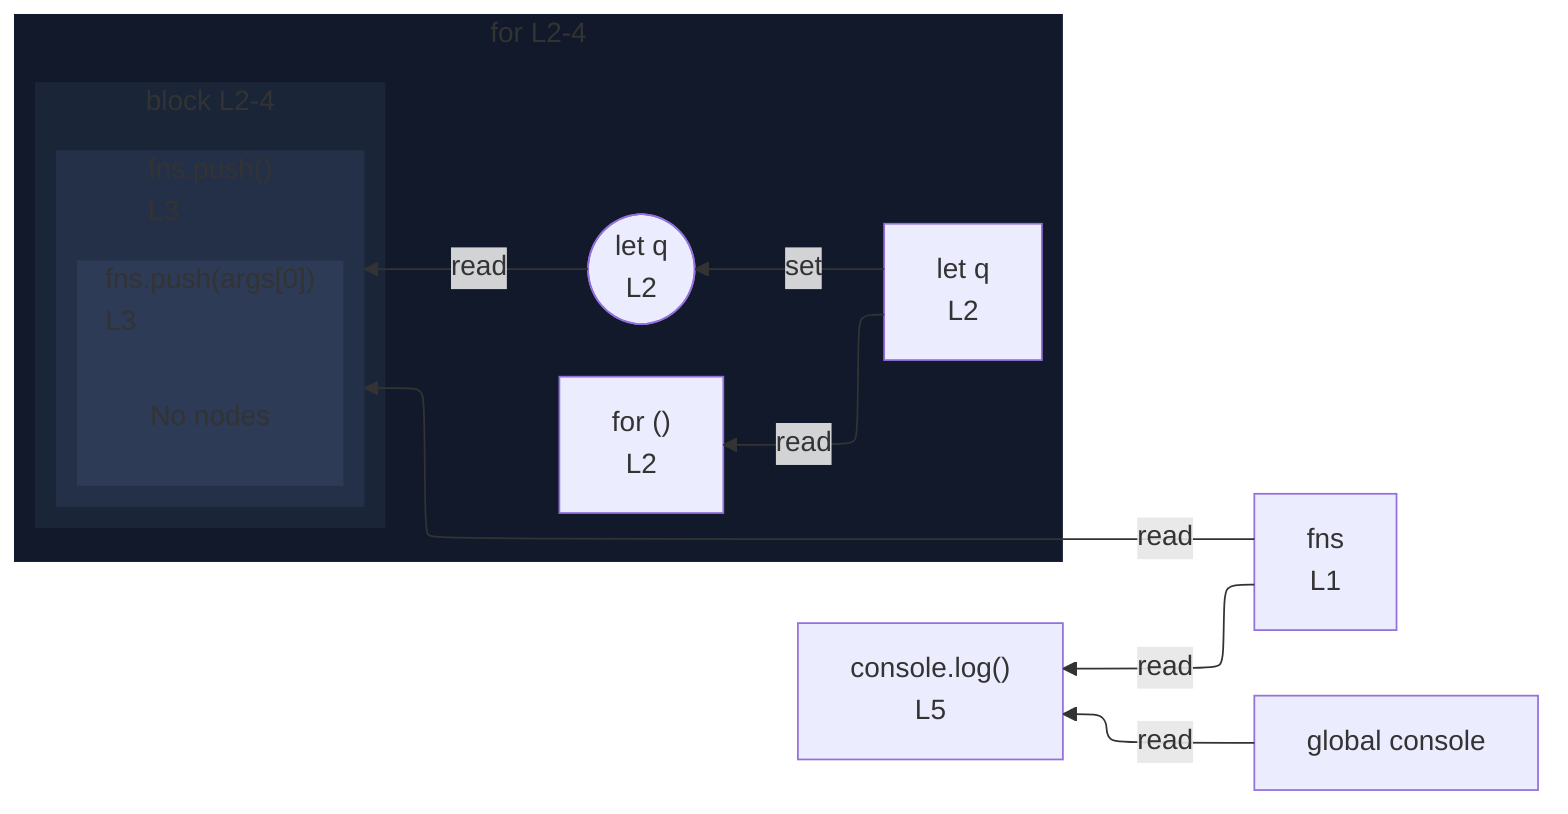
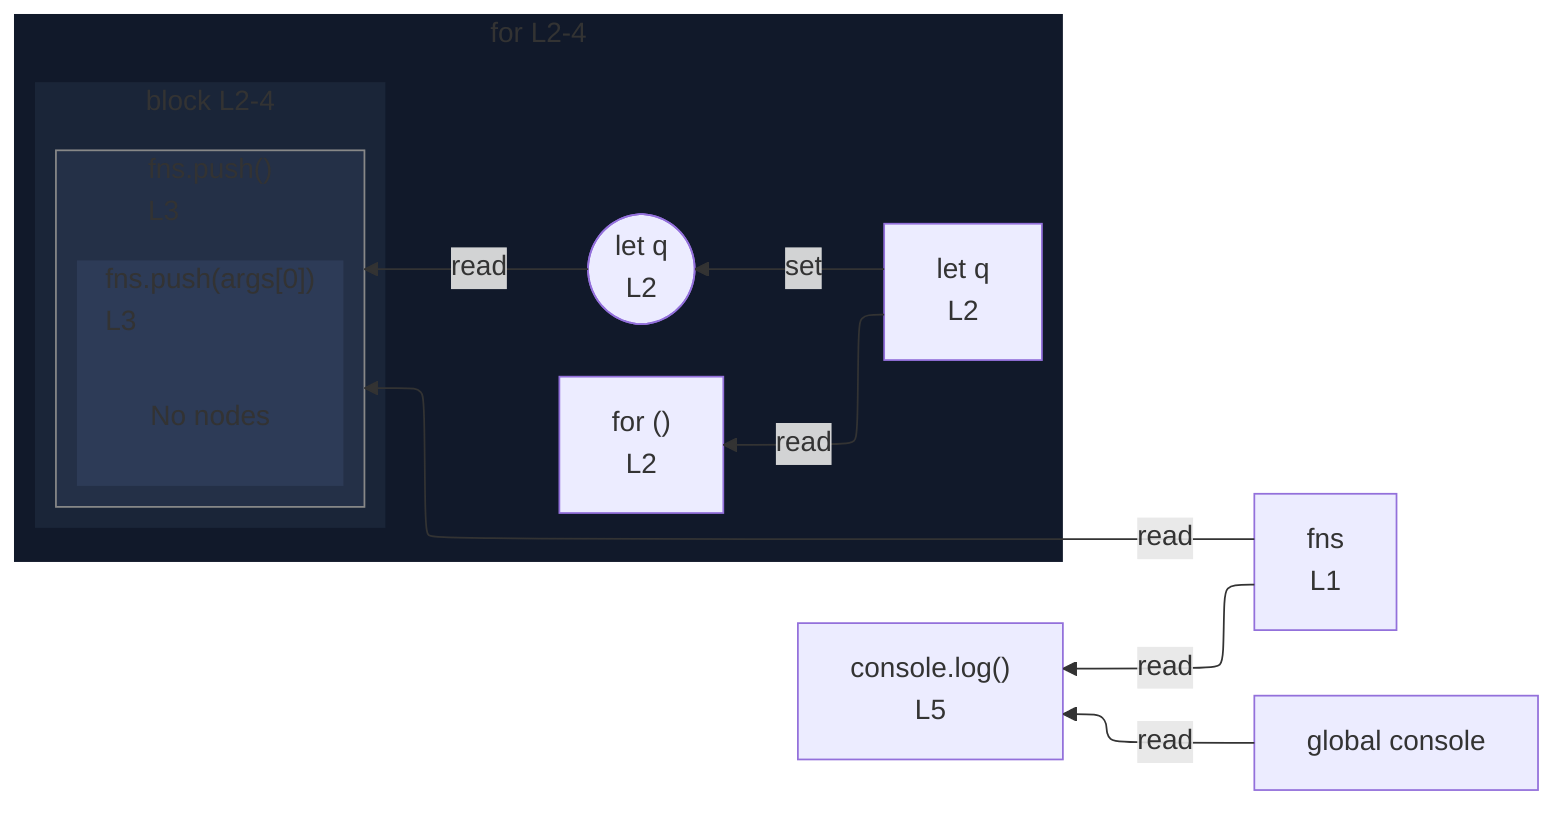
%%{init: {"flowchart": {"defaultRenderer": "elk"}}}%%
flowchart RL
  n_scope_0_fns_6["fns<br/>L1"]
  n_scope_0_console_87["global console"]
  subgraph s_scope_1["for L2-4"]
    direction RL
    for_test_scope_0_34["for ()<br/>L2"]
    n_scope_1_q_43["let q<br/>L2"]
    wr_ref_3(["let q<br/>L2"])
    subgraph s_scope_2["block L2-4"]
      direction RL
      subgraph expr_stmt_66["fns.push()<br/>L3"]
        direction RL
        subgraph s_scope_3["fns.push(args[0])<br/>L3"]
          direction RL
          elk_empty_s_scope_3["No nodes"]
        end
      end
    end
  end
  n_scope_1_q_43 -->|set| wr_ref_3
  n_scope_1_q_43 -->|read| for_test_scope_0_34
  n_scope_0_fns_6 -->|read| expr_stmt_66
  wr_ref_3 -->|read| expr_stmt_66
  n_scope_0_console_87 -->|read| expr_stmt_87
  n_scope_0_fns_6 -->|read| expr_stmt_87
  expr_stmt_87["console.log()<br/>L5"]
  classDef nestL1 fill:#11192a,stroke:transparent;
  class s_scope_1 nestL1;
  classDef nestL2 fill:#1a2538,stroke:transparent;
  class s_scope_2 nestL2;
  classDef nestL3 fill:#243047,stroke:transparent;
  class expr_stmt_66 nestL3;
  classDef nestL4 fill:#2d3b57,stroke:transparent;
  class s_scope_3 nestL4;
+   classDef edgeTargetSubgraph stroke:#888;
+   class expr_stmt_66 edgeTargetSubgraph;
  classDef elkEmptyPlaceholder fill:transparent,stroke:transparent;
  class elk_empty_s_scope_3 elkEmptyPlaceholder;
